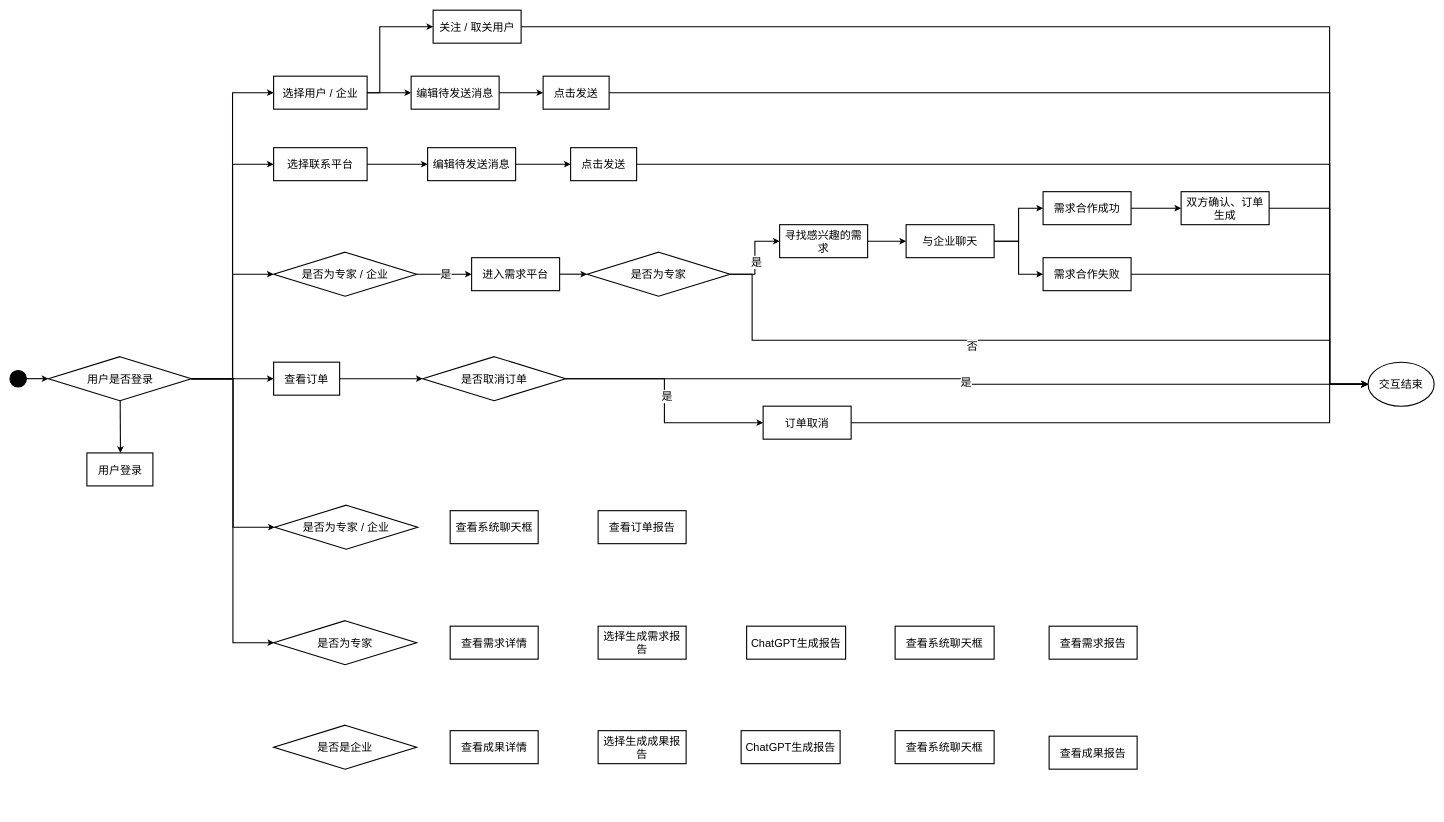
The draw.io diagram 2024-BUAA-SE/需求规格书/用户交互模块-业务流程.drawio in jongsh/drawio, before the edit. Source tidied: cells renumbered, new cells numbered last; positions are measured from the earlier drawing's top-left corner, leaving out a move shared by most shapes. Both pictures are drawn from the tidied source at 55%, with x=0, y=0 at pixel (10, 10).
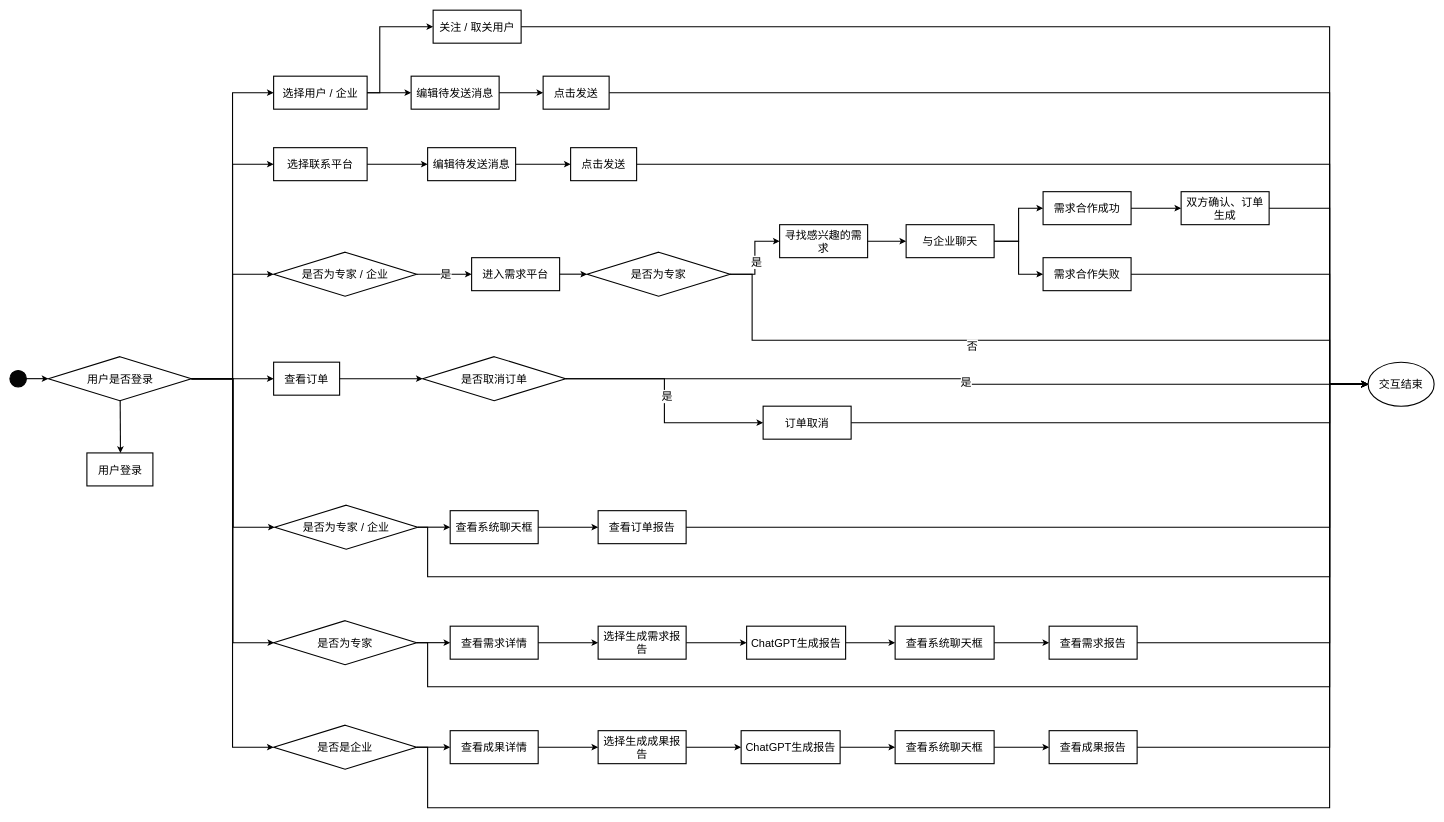
The same diagram, later.

Commit message (it also covers changes not shown here):
更新用户交互模块-业务流程.drawio

Unchanged cells that the change refers to:
```xml
<mxCell id="6" value="&lt;font style=&quot;font-size: 20px;&quot;&gt;是否是企业&lt;/font&gt;" style="rhombus;whiteSpace=wrap;html=1;strokeWidth=2;spacing=2;fontSize=20;fontColor=default;labelBackgroundColor=none;horizontal=1;" parent="5" vertex="1">
  <mxGeometry width="260" height="80" as="geometry" />
</mxCell>
<mxCell id="44" value="&lt;font style=&quot;font-size: 20px;&quot;&gt;是否为专家 / 企业&lt;/font&gt;" style="rhombus;whiteSpace=wrap;html=1;strokeWidth=2;spacing=2;fontSize=20;fontColor=default;labelBackgroundColor=none;horizontal=1;" parent="43" vertex="1">
  <mxGeometry width="260" height="80" as="geometry" />
</mxCell>
<mxCell id="46" value="&lt;font style=&quot;font-size: 20px;&quot;&gt;是否为专家&lt;/font&gt;" style="rhombus;whiteSpace=wrap;html=1;strokeWidth=2;spacing=2;fontSize=20;fontColor=default;labelBackgroundColor=none;horizontal=1;" parent="45" vertex="1">
  <mxGeometry width="260" height="80" as="geometry" />
</mxCell>
<mxCell id="48" value="&lt;font style=&quot;font-size: 20px;&quot;&gt;查看系统聊天框&lt;/font&gt;" style="rounded=0;whiteSpace=wrap;html=1;strokeWidth=2;spacing=2;fontSize=20;fontColor=default;labelBackgroundColor=none;horizontal=1;" parent="47" vertex="1">
  <mxGeometry width="160" height="60" as="geometry" />
</mxCell>
<mxCell id="50" value="&lt;font style=&quot;font-size: 20px;&quot;&gt;查看订单报告&lt;/font&gt;" style="rounded=0;whiteSpace=wrap;html=1;strokeWidth=2;spacing=2;fontSize=20;fontColor=default;labelBackgroundColor=none;horizontal=1;" parent="49" vertex="1">
  <mxGeometry width="160" height="60" as="geometry" />
</mxCell>
<mxCell id="52" value="&lt;font style=&quot;font-size: 20px;&quot;&gt;查看需求详情&lt;/font&gt;" style="rounded=0;whiteSpace=wrap;html=1;strokeWidth=2;spacing=2;fontSize=20;fontColor=default;labelBackgroundColor=none;horizontal=1;" parent="51" vertex="1">
  <mxGeometry width="160" height="60" as="geometry" />
</mxCell>
<mxCell id="53" value="&lt;font style=&quot;font-size: 20px;&quot;&gt;选择生成需求报告&lt;/font&gt;" style="rounded=0;whiteSpace=wrap;html=1;strokeWidth=2;spacing=2;fontSize=20;fontColor=default;labelBackgroundColor=none;horizontal=1;" parent="1" vertex="1">
  <mxGeometry x="1069" y="1120" width="160" height="60" as="geometry" />
</mxCell>
<mxCell id="54" value="&lt;span style=&quot;font-size: 20px;&quot;&gt;ChatGPT生成报告&lt;/span&gt;" style="rounded=0;whiteSpace=wrap;html=1;strokeWidth=2;spacing=2;fontSize=20;fontColor=default;labelBackgroundColor=none;horizontal=1;" parent="1" vertex="1">
  <mxGeometry x="1329" y="1310" width="180" height="60" as="geometry" />
</mxCell>
<mxCell id="55" value="&lt;span style=&quot;font-size: 20px;&quot;&gt;查看系统聊天框&lt;/span&gt;" style="rounded=0;whiteSpace=wrap;html=1;strokeWidth=2;spacing=2;fontSize=20;fontColor=default;labelBackgroundColor=none;horizontal=1;" parent="1" vertex="1">
  <mxGeometry x="1609" y="1120" width="180" height="60" as="geometry" />
</mxCell>
<mxCell id="57" value="&lt;font style=&quot;font-size: 20px;&quot;&gt;查看需求报告&lt;/font&gt;" style="rounded=0;whiteSpace=wrap;html=1;strokeWidth=2;spacing=2;fontSize=20;fontColor=default;labelBackgroundColor=none;horizontal=1;" parent="56" vertex="1">
  <mxGeometry width="160" height="60" as="geometry" />
</mxCell>
<mxCell id="59" value="&lt;font style=&quot;font-size: 20px;&quot;&gt;查看成果详情&lt;/font&gt;" style="rounded=0;whiteSpace=wrap;html=1;strokeWidth=2;spacing=2;fontSize=20;fontColor=default;labelBackgroundColor=none;horizontal=1;" parent="58" vertex="1">
  <mxGeometry width="160" height="60" as="geometry" />
</mxCell>
<mxCell id="60" value="&lt;font style=&quot;font-size: 20px;&quot;&gt;选择生成成果&lt;/font&gt;&lt;span style=&quot;font-size: 20px;&quot;&gt;报告&lt;/span&gt;" style="rounded=0;whiteSpace=wrap;html=1;strokeWidth=2;spacing=2;fontSize=20;fontColor=default;labelBackgroundColor=none;horizontal=1;" parent="1" vertex="1">
  <mxGeometry x="1069" y="1310" width="160" height="60" as="geometry" />
</mxCell>
<mxCell id="61" value="&lt;span style=&quot;font-size: 20px;&quot;&gt;ChatGPT生成报告&lt;/span&gt;" style="rounded=0;whiteSpace=wrap;html=1;strokeWidth=2;spacing=2;fontSize=20;fontColor=default;labelBackgroundColor=none;horizontal=1;" parent="1" vertex="1">
  <mxGeometry x="1339" y="1120" width="180" height="60" as="geometry" />
</mxCell>
<mxCell id="62" value="&lt;span style=&quot;font-size: 20px;&quot;&gt;查看系统聊天框&lt;/span&gt;" style="rounded=0;whiteSpace=wrap;html=1;strokeWidth=2;spacing=2;fontSize=20;fontColor=default;labelBackgroundColor=none;horizontal=1;" parent="1" vertex="1">
  <mxGeometry x="1609" y="1310" width="180" height="60" as="geometry" />
</mxCell>
<mxCell id="64" value="&lt;font style=&quot;font-size: 20px;&quot;&gt;查看成果报告&lt;/font&gt;" style="rounded=0;whiteSpace=wrap;html=1;strokeWidth=2;spacing=2;fontSize=20;fontColor=default;labelBackgroundColor=none;horizontal=1;" parent="63" vertex="1">
  <mxGeometry width="160" height="60" as="geometry" />
</mxCell>
<mxCell id="72" value="&lt;font style=&quot;font-size: 20px;&quot;&gt;用户是否登录&lt;/font&gt;" style="rhombus;whiteSpace=wrap;html=1;strokeWidth=2;spacing=2;fontSize=20;fontColor=default;labelBackgroundColor=none;horizontal=1;" parent="1" vertex="1">
  <mxGeometry x="69.5" y="630" width="260" height="80" as="geometry" />
</mxCell>
<mxCell id="77" value="&lt;font style=&quot;font-size: 20px;&quot;&gt;交互结束&lt;/font&gt;" style="ellipse;whiteSpace=wrap;html=1;strokeWidth=2;spacing=2;fontColor=default;labelBackgroundColor=none;horizontal=1;fontSize=20;" parent="1" vertex="1">
  <mxGeometry x="2469" y="640" width="120" height="80" as="geometry" />
</mxCell>
```

Diff of the diagram source:
```diff
@@
+    <mxCell id="99" style="edgeStyle=orthogonalEdgeStyle;rounded=0;jettySize=auto;html=1;exitX=1;exitY=0.5;exitDx=0;exitDy=0;entryX=0;entryY=0.5;entryDx=0;entryDy=0;strokeWidth=2;" parent="1" edge="1" source="53" target="61">
+      <mxGeometry relative="1" as="geometry" />
+    </mxCell>
@@
+    <mxCell id="100" style="edgeStyle=orthogonalEdgeStyle;rounded=0;jettySize=auto;html=1;exitX=1;exitY=0.5;exitDx=0;exitDy=0;strokeWidth=2;" parent="1" edge="1" source="54" target="62">
+      <mxGeometry relative="1" as="geometry" />
+    </mxCell>
@@
+    <mxCell id="101" style="edgeStyle=orthogonalEdgeStyle;rounded=0;jettySize=auto;html=1;exitX=1;exitY=0.5;exitDx=0;exitDy=0;entryX=0;entryY=0.5;entryDx=0;entryDy=0;strokeWidth=2;" parent="1" edge="1" source="55" target="57">
+      <mxGeometry relative="1" as="geometry" />
+    </mxCell>
@@
+    <mxCell id="102" style="edgeStyle=orthogonalEdgeStyle;rounded=0;jettySize=auto;html=1;exitX=1;exitY=0.5;exitDx=0;exitDy=0;entryX=0;entryY=0.5;entryDx=0;entryDy=0;strokeWidth=2;" parent="1" edge="1" source="60" target="54">
+      <mxGeometry relative="1" as="geometry" />
+    </mxCell>
@@
+    <mxCell id="103" style="edgeStyle=orthogonalEdgeStyle;rounded=0;jettySize=auto;html=1;exitX=1;exitY=0.5;exitDx=0;exitDy=0;entryX=0;entryY=0.5;entryDx=0;entryDy=0;strokeWidth=2;" parent="1" edge="1" source="61" target="55">
+      <mxGeometry relative="1" as="geometry" />
+    </mxCell>
@@
+    <mxCell id="104" style="edgeStyle=orthogonalEdgeStyle;rounded=0;jettySize=auto;html=1;exitX=1;exitY=0.5;exitDx=0;exitDy=0;entryX=0;entryY=0.5;entryDx=0;entryDy=0;strokeWidth=2;" parent="1" edge="1" source="62" target="64">
+      <mxGeometry relative="1" as="geometry" />
+    </mxCell>
@@
     <mxCell id="63" style="group;strokeWidth=2;spacing=2;fontSize=20;fontColor=default;labelBackgroundColor=none;horizontal=1;" parent="1" vertex="1">
-      <mxGeometry x="1889" y="1320" width="190" height="91" as="geometry" />
+      <mxGeometry x="1889" y="1310" width="190" height="91" as="geometry" />
     </mxCell>
@@
+    <mxCell id="105" style="edgeStyle=orthogonalEdgeStyle;rounded=0;jettySize=auto;html=1;exitX=1;exitY=0.5;exitDx=0;exitDy=0;entryX=0;entryY=0.5;entryDx=0;entryDy=0;strokeWidth=2;" parent="1" edge="1" source="72" target="6">
+      <mxGeometry relative="1" as="geometry" />
+    </mxCell>
@@
+    <mxCell id="106" style="edgeStyle=orthogonalEdgeStyle;rounded=0;jettySize=auto;html=1;exitX=1;exitY=0.5;exitDx=0;exitDy=0;strokeWidth=2;" parent="1" edge="1" source="44" target="48">
+      <mxGeometry relative="1" as="geometry" />
+    </mxCell>
+    <mxCell id="107" style="edgeStyle=orthogonalEdgeStyle;rounded=0;jettySize=auto;html=1;exitX=1;exitY=0.5;exitDx=0;exitDy=0;entryX=0;entryY=0.5;entryDx=0;entryDy=0;strokeWidth=2;" parent="1" edge="1" source="48" target="50">
+      <mxGeometry relative="1" as="geometry" />
+    </mxCell>
+    <mxCell id="108" style="edgeStyle=orthogonalEdgeStyle;rounded=0;jettySize=auto;html=1;exitX=1;exitY=0.5;exitDx=0;exitDy=0;strokeWidth=2;" parent="1" edge="1" source="46" target="52">
+      <mxGeometry relative="1" as="geometry" />
+    </mxCell>
+    <mxCell id="109" style="edgeStyle=orthogonalEdgeStyle;rounded=0;jettySize=auto;html=1;exitX=1;exitY=0.5;exitDx=0;exitDy=0;strokeWidth=2;" parent="1" edge="1" source="6" target="59">
+      <mxGeometry relative="1" as="geometry" />
+    </mxCell>
+    <mxCell id="110" style="edgeStyle=orthogonalEdgeStyle;rounded=0;jettySize=auto;html=1;exitX=1;exitY=0.5;exitDx=0;exitDy=0;entryX=0;entryY=0.5;entryDx=0;entryDy=0;strokeWidth=2;" parent="1" edge="1" source="59" target="60">
+      <mxGeometry relative="1" as="geometry" />
+    </mxCell>
+    <mxCell id="111" style="edgeStyle=orthogonalEdgeStyle;rounded=0;jettySize=auto;html=1;exitX=1;exitY=0.5;exitDx=0;exitDy=0;entryX=0;entryY=0.5;entryDx=0;entryDy=0;strokeWidth=2;" parent="1" edge="1" source="52" target="53">
+      <mxGeometry relative="1" as="geometry" />
+    </mxCell>
+    <mxCell id="112" style="edgeStyle=orthogonalEdgeStyle;rounded=0;jettySize=auto;html=1;exitX=1;exitY=0.5;exitDx=0;exitDy=0;entryX=0;entryY=0.5;entryDx=0;entryDy=0;strokeWidth=2;" parent="1" edge="1" source="57" target="77">
+      <mxGeometry relative="1" as="geometry">
+        <Array as="points">
+          <mxPoint x="2399" y="1150" />
+          <mxPoint x="2399" y="680" />
+        </Array>
+      </mxGeometry>
+    </mxCell>
+    <mxCell id="113" style="edgeStyle=orthogonalEdgeStyle;rounded=0;jettySize=auto;html=1;exitX=1;exitY=0.5;exitDx=0;exitDy=0;entryX=0;entryY=0.5;entryDx=0;entryDy=0;strokeWidth=2;" parent="1" edge="1" source="64" target="77">
+      <mxGeometry relative="1" as="geometry">
+        <Array as="points">
+          <mxPoint x="2399" y="1340" />
+          <mxPoint x="2399" y="680" />
+        </Array>
+      </mxGeometry>
+    </mxCell>
+    <mxCell id="114" style="edgeStyle=orthogonalEdgeStyle;rounded=0;jettySize=auto;html=1;exitX=1;exitY=0.5;exitDx=0;exitDy=0;entryX=0;entryY=0.5;entryDx=0;entryDy=0;strokeWidth=2;" parent="1" edge="1" source="50" target="77">
+      <mxGeometry relative="1" as="geometry">
+        <Array as="points">
+          <mxPoint x="2399" y="940" />
+          <mxPoint x="2399" y="680" />
+        </Array>
+      </mxGeometry>
+    </mxCell>
+    <mxCell id="115" style="edgeStyle=orthogonalEdgeStyle;rounded=0;jettySize=auto;html=1;exitX=1;exitY=0.5;exitDx=0;exitDy=0;entryX=0;entryY=0.5;entryDx=0;entryDy=0;strokeWidth=2;" parent="1" edge="1" source="44" target="77">
+      <mxGeometry relative="1" as="geometry">
+        <Array as="points">
+          <mxPoint x="759" y="940" />
+          <mxPoint x="759" y="1030" />
+          <mxPoint x="2399" y="1030" />
+          <mxPoint x="2399" y="680" />
+        </Array>
+      </mxGeometry>
+    </mxCell>
+    <mxCell id="116" style="edgeStyle=orthogonalEdgeStyle;rounded=0;jettySize=auto;html=1;exitX=1;exitY=0.5;exitDx=0;exitDy=0;entryX=0;entryY=0.5;entryDx=0;entryDy=0;strokeWidth=2;" parent="1" edge="1" source="46" target="77">
+      <mxGeometry relative="1" as="geometry">
+        <Array as="points">
+          <mxPoint x="759" y="1150" />
+          <mxPoint x="759" y="1230" />
+          <mxPoint x="2399" y="1230" />
+          <mxPoint x="2399" y="680" />
+        </Array>
+      </mxGeometry>
+    </mxCell>
+    <mxCell id="117" style="edgeStyle=orthogonalEdgeStyle;rounded=0;jettySize=auto;html=1;exitX=1;exitY=0.5;exitDx=0;exitDy=0;entryX=0;entryY=0.5;entryDx=0;entryDy=0;strokeWidth=2;" parent="1" edge="1" source="6" target="77">
+      <mxGeometry relative="1" as="geometry">
+        <Array as="points">
+          <mxPoint x="759" y="1340" />
+          <mxPoint x="759" y="1450" />
+          <mxPoint x="2399" y="1450" />
+          <mxPoint x="2399" y="680" />
+        </Array>
+      </mxGeometry>
+    </mxCell>
```
